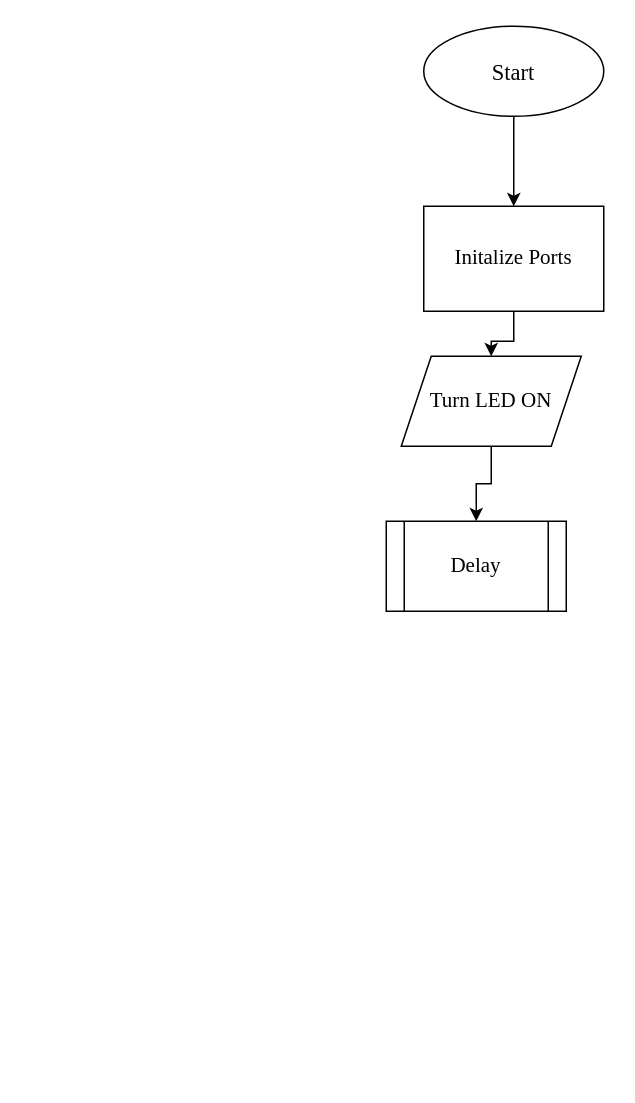
Before: EGCP450_Lab2_flowchart.drawio in irahoteng/irahotengEGCP450Labs, a draw.io diagram. Source tidied: cells renumbered, new cells numbered last; positions are measured from the earlier drawing's top-left corner, leaving out a move shared by most shapes. Both pictures are drawn from the tidied source at 150%, with x=0, y=0 at pixel (386, 26).
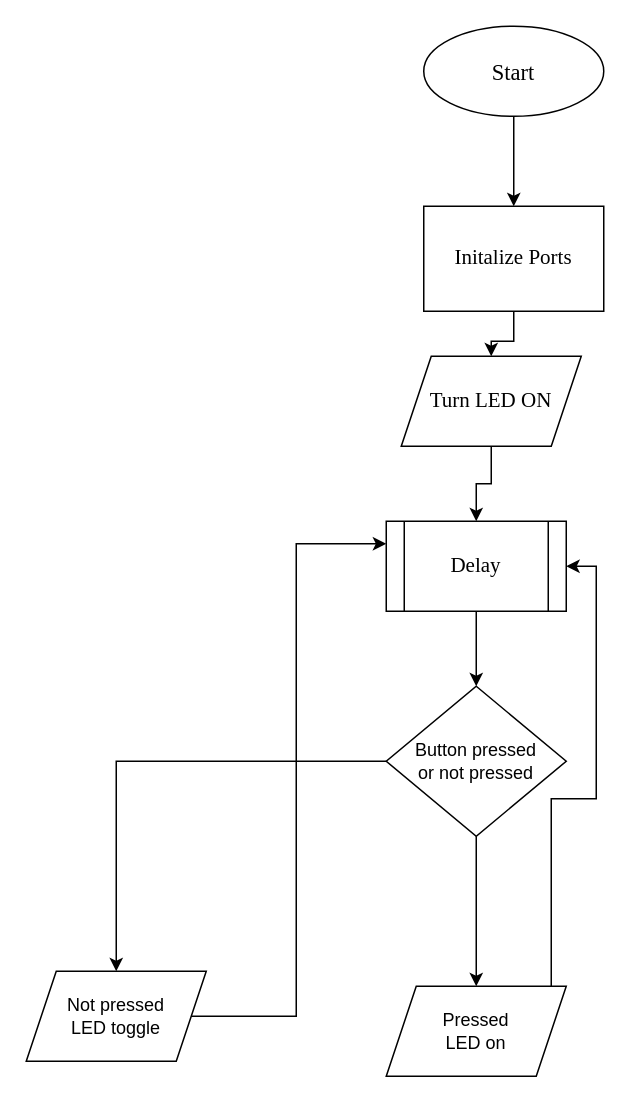
The same page after the edit.

Diff of the diagram source:
```diff
@@
 <mxGraphModel>
   <root>
     <mxCell id="0" />
     <mxCell id="1" parent="0" />
     <mxCell id="2" style="edgeStyle=orthogonalEdgeStyle;rounded=0;jettySize=auto;html=1;" parent="1" edge="1" source="3" target="5">
       <mxGeometry relative="1" as="geometry" />
     </mxCell>
     <mxCell id="3" value="&lt;font face=&quot;Times New Roman&quot;&gt;&lt;span style=&quot;font-size: 15px;&quot;&gt;Start&lt;/span&gt;&lt;/font&gt;" style="ellipse;whiteSpace=wrap;html=1;" parent="1" vertex="1">
       <mxGeometry x="25" width="120" height="60" as="geometry" />
     </mxCell>
     <mxCell id="4" style="edgeStyle=orthogonalEdgeStyle;rounded=0;jettySize=auto;html=1;" parent="1" edge="1" source="5" target="7">
       <mxGeometry relative="1" as="geometry" />
     </mxCell>
     <mxCell id="5" value="Initalize Ports" style="rounded=0;whiteSpace=wrap;html=1;fontSize=14;fontFamily=Times New Roman;" parent="1" vertex="1">
       <mxGeometry x="25" y="120" width="120" height="70" as="geometry" />
     </mxCell>
     <mxCell id="6" style="edgeStyle=orthogonalEdgeStyle;rounded=0;jettySize=auto;html=1;" parent="1" edge="1" source="7" target="8">
       <mxGeometry relative="1" as="geometry" />
     </mxCell>
     <mxCell id="7" value="Turn LED ON" style="shape=parallelogram;perimeter=parallelogramPerimeter;whiteSpace=wrap;html=1;fixedSize=1;fontFamily=Times New Roman;fontSize=14;" parent="1" vertex="1">
       <mxGeometry x="10" y="220" width="120" height="60" as="geometry" />
     </mxCell>
+    <mxCell id="9" style="edgeStyle=orthogonalEdgeStyle;rounded=0;jettySize=auto;html=1;" parent="1" edge="1" source="8" target="12">
+      <mxGeometry relative="1" as="geometry" />
+    </mxCell>
     <mxCell id="8" value="Delay" style="shape=process;whiteSpace=wrap;html=1;backgroundOutline=1;fontFamily=Times New Roman;fontSize=14;" parent="1" vertex="1">
       <mxGeometry y="330" width="120" height="60" as="geometry" />
     </mxCell>
+    <mxCell id="10" style="edgeStyle=orthogonalEdgeStyle;rounded=0;jettySize=auto;html=1;" parent="1" edge="1" source="12" target="14">
+      <mxGeometry relative="1" as="geometry" />
+    </mxCell>
+    <mxCell id="11" style="edgeStyle=orthogonalEdgeStyle;rounded=0;jettySize=auto;html=1;" parent="1" edge="1" source="12" target="16">
+      <mxGeometry relative="1" as="geometry" />
+    </mxCell>
+    <mxCell id="12" value="Button pressed&lt;br&gt;or not pressed" style="rhombus;whiteSpace=wrap;html=1;" parent="1" vertex="1">
+      <mxGeometry y="440" width="120" height="100" as="geometry" />
+    </mxCell>
+    <mxCell id="13" style="edgeStyle=orthogonalEdgeStyle;rounded=0;jettySize=auto;html=1;exitX=1;exitY=0.5;exitDx=0;exitDy=0;entryX=1;entryY=0.5;entryDx=0;entryDy=0;" parent="1" edge="1" source="14" target="8">
+      <mxGeometry relative="1" as="geometry" />
+    </mxCell>
+    <mxCell id="14" value="Pressed&lt;br&gt;LED on" style="shape=parallelogram;perimeter=parallelogramPerimeter;whiteSpace=wrap;html=1;fixedSize=1;" parent="1" vertex="1">
+      <mxGeometry y="640" width="120" height="60" as="geometry" />
+    </mxCell>
+    <mxCell id="15" style="edgeStyle=orthogonalEdgeStyle;rounded=0;jettySize=auto;html=1;exitX=0;exitY=0.5;exitDx=0;exitDy=0;entryX=0;entryY=0.25;entryDx=0;entryDy=0;" parent="1" edge="1" source="16" target="8">
+      <mxGeometry relative="1" as="geometry" />
+    </mxCell>
+    <mxCell id="16" value="Not pressed&lt;br&gt;LED toggle" style="shape=parallelogram;perimeter=parallelogramPerimeter;whiteSpace=wrap;html=1;fixedSize=1;" parent="1" vertex="1">
+      <mxGeometry x="-240" y="630" width="120" height="60" as="geometry" />
+    </mxCell>
   </root>
 </mxGraphModel>
```
